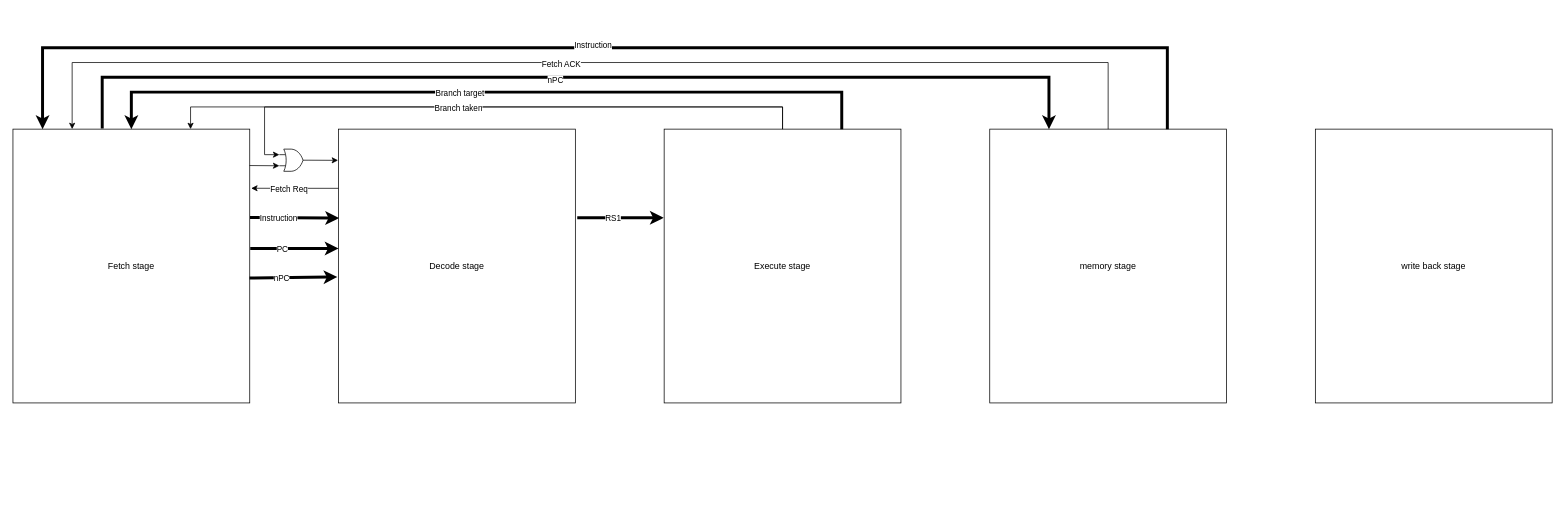
This is page "Stage overview" (1 of 6) of cpu/doc/block diagrams/pipeline stages.drawio from bittnert/icebreaker, a draw.io file, before an edit. Source tidied: cells renumbered, new cells numbered last; positions are measured from the earlier drawing's top-left corner, leaving out a move shared by most shapes. Both pictures are drawn from the tidied source at 74%, with x=0, y=0 at pixel (13, 47).
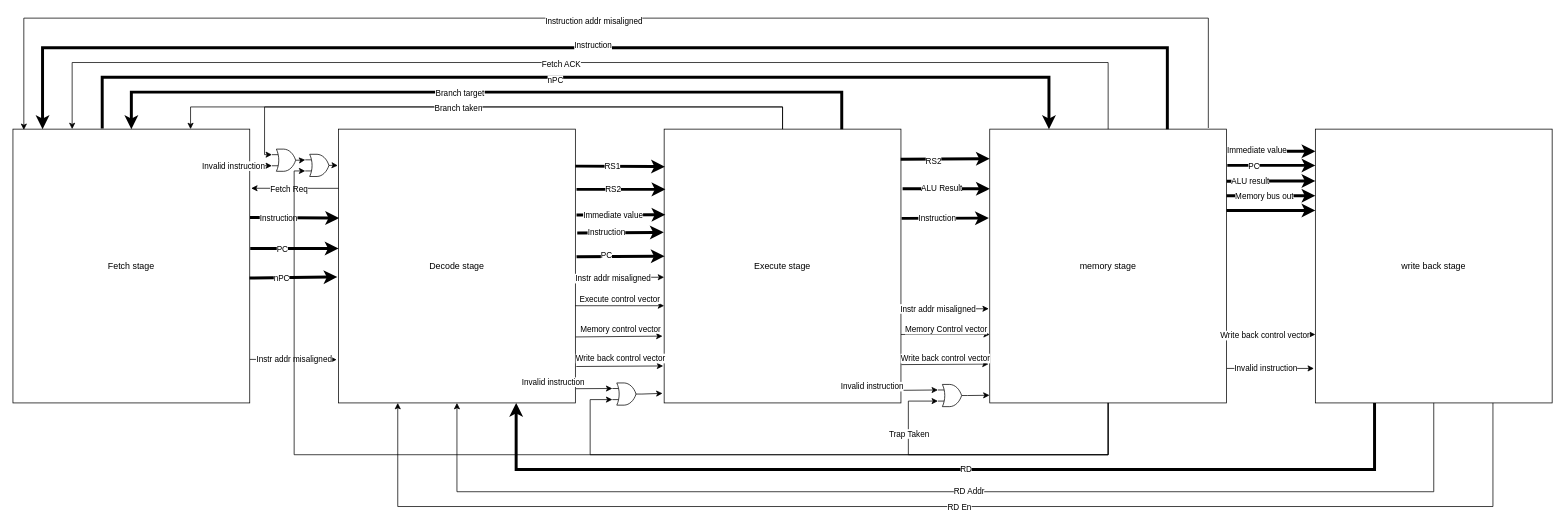
Above is the later version.

The change refers to these unchanged cells:
```xml
<mxCell id="2" value="Fetch stage" style="rounded=0;whiteSpace=wrap;html=1;" parent="1" vertex="1">
  <mxGeometry y="110" width="320" height="370" as="geometry" />
</mxCell>
<mxCell id="3" value="Decode stage" style="rounded=0;whiteSpace=wrap;html=1;" parent="1" vertex="1">
  <mxGeometry x="440" y="110" width="320" height="370" as="geometry" />
</mxCell>
<mxCell id="4" value="Execute stage" style="rounded=0;whiteSpace=wrap;html=1;" parent="1" vertex="1">
  <mxGeometry x="880" y="110" width="320" height="370" as="geometry" />
</mxCell>
<mxCell id="5" value="memory stage" style="rounded=0;whiteSpace=wrap;html=1;" parent="1" vertex="1">
  <mxGeometry x="1320" y="110" width="320" height="370" as="geometry" />
</mxCell>
<mxCell id="6" value="write back stage" style="rounded=0;whiteSpace=wrap;html=1;" parent="1" vertex="1">
  <mxGeometry x="1760" y="110" width="320" height="370" as="geometry" />
</mxCell>
<mxCell id="16" style="endArrow=classic;html=1;rounded=0;entryX=0;entryY=0.75;entryDx=0;entryDy=0;entryPerimeter=0;exitX=0.999;exitY=0.133;exitDx=0;exitDy=0;exitPerimeter=0;" parent="1" edge="1" source="2" target="15">
  <mxGeometry relative="1" as="geometry" />
</mxCell>
```

Diff of the diagram source:
```diff
@@
     <mxCell id="15" style="verticalLabelPosition=bottom;shadow=0;dashed=0;align=center;html=1;verticalAlign=top;shape=mxgraph.electrical.logic_gates.logic_gate;operation=or;" parent="1" vertex="1">
-      <mxGeometry x="360" y="137" width="40" height="30" as="geometry" />
+      <mxGeometry x="350" y="137" width="40" height="30" as="geometry" />
     </mxCell>
@@
+    <mxCell id="31" value="Invalid instruction" style="edgeLabel;html=1;align=center;verticalAlign=middle;" parent="16" vertex="1">
+      <mxGeometry x="-0.52" relative="1" as="geometry">
+        <mxPoint x="-29" as="offset" />
+      </mxGeometry>
+    </mxCell>
-    <mxCell id="17" style="endArrow=classic;html=1;rounded=0;exitX=1;exitY=0.5;exitDx=0;exitDy=0;exitPerimeter=0;entryX=-0.002;entryY=0.114;entryDx=0;entryDy=0;entryPerimeter=0;" parent="1" edge="1" source="15" target="3">
+    <mxCell id="17" style="endArrow=classic;html=1;rounded=0;exitX=1;exitY=0.5;exitDx=0;exitDy=0;exitPerimeter=0;entryX=0;entryY=0.25;entryDx=0;entryDy=0;entryPerimeter=0;" parent="1" edge="1" source="15" target="76">
       <mxGeometry relative="1" as="geometry" />
     </mxCell>
@@
-    <mxCell id="29" style="endArrow=classic;html=1;rounded=0;exitX=1.008;exitY=0.324;exitDx=0;exitDy=0;exitPerimeter=0;entryX=-0.002;entryY=0.324;entryDx=0;entryDy=0;entryPerimeter=0;strokeWidth=4;" parent="1" edge="1" source="3" target="4">
-      <mxGeometry relative="1" as="geometry" />
+    <mxCell id="29" style="endArrow=classic;html=1;rounded=0;exitX=0.995;exitY=0.322;exitDx=0;exitDy=0;exitPerimeter=0;entryX=-0.002;entryY=0.324;entryDx=0;entryDy=0;entryPerimeter=0;strokeWidth=4;" parent="1" edge="1">
+      <mxGeometry relative="1" as="geometry">
+        <mxPoint x="760" y="160" as="sourcePoint" />
+        <mxPoint x="881" y="160.7" as="targetPoint" />
+      </mxGeometry>
     </mxCell>
@@
+    <mxCell id="32" style="endArrow=classic;html=1;rounded=0;exitX=1;exitY=0.407;exitDx=0;exitDy=0;exitPerimeter=0;entryX=0;entryY=0.407;entryDx=0;entryDy=0;entryPerimeter=0;strokeWidth=4;" parent="1" edge="1">
+      <mxGeometry relative="1" as="geometry">
+        <mxPoint x="761.6" y="191.4" as="sourcePoint" />
+        <mxPoint x="881.6" y="191.4" as="targetPoint" />
+      </mxGeometry>
+    </mxCell>
+    <mxCell id="33" value="RS2" style="edgeLabel;html=1;align=center;verticalAlign=middle;" parent="32" vertex="1">
+      <mxGeometry x="-0.18" relative="1" as="geometry" />
+    </mxCell>
+    <mxCell id="34" style="endArrow=classic;html=1;rounded=0;entryX=0;entryY=0.407;entryDx=0;entryDy=0;entryPerimeter=0;strokeWidth=4;exitX=1;exitY=0.5;exitDx=0;exitDy=0;" parent="1" edge="1">
+      <mxGeometry relative="1" as="geometry">
+        <mxPoint x="761.6" y="225.9" as="sourcePoint" />
+        <mxPoint x="881.6" y="225.7" as="targetPoint" />
+      </mxGeometry>
+    </mxCell>
+    <mxCell id="35" value="Immediate value" style="edgeLabel;html=1;align=center;verticalAlign=middle;" parent="34" vertex="1">
+      <mxGeometry x="-0.18" relative="1" as="geometry" />
+    </mxCell>
+    <mxCell id="36" style="endArrow=classic;html=1;rounded=0;exitX=1.003;exitY=0.566;exitDx=0;exitDy=0;exitPerimeter=0;entryX=-0.007;entryY=0.564;entryDx=0;entryDy=0;entryPerimeter=0;strokeWidth=4;" parent="1" edge="1">
+      <mxGeometry relative="1" as="geometry">
+        <mxPoint x="762.6" y="250.3" as="sourcePoint" />
+        <mxPoint x="879.4" y="249.5" as="targetPoint" />
+      </mxGeometry>
+    </mxCell>
+    <mxCell id="37" value="Instruction" style="edgeLabel;html=1;align=center;verticalAlign=middle;" parent="36" vertex="1">
+      <mxGeometry x="-0.33" y="2" relative="1" as="geometry" />
+    </mxCell>
+    <mxCell id="38" style="endArrow=classic;html=1;rounded=0;exitX=1;exitY=0.653;exitDx=0;exitDy=0;exitPerimeter=0;strokeWidth=4;entryX=-0.003;entryY=0.651;entryDx=0;entryDy=0;entryPerimeter=0;" parent="1" edge="1">
+      <mxGeometry relative="1" as="geometry">
+        <mxPoint x="761.6" y="282.5" as="sourcePoint" />
+        <mxPoint x="880.6" y="281.7" as="targetPoint" />
+      </mxGeometry>
+    </mxCell>
+    <mxCell id="39" value="PC" style="edgeLabel;html=1;align=center;verticalAlign=middle;" parent="38" vertex="1">
+      <mxGeometry x="-0.33" y="2" relative="1" as="geometry" />
+    </mxCell>
+    <mxCell id="40" style="endArrow=classic;html=1;rounded=0;exitX=0.999;exitY=0.645;exitDx=0;exitDy=0;exitPerimeter=0;entryX=0;entryY=0.645;entryDx=0;entryDy=0;entryPerimeter=0;" parent="1" edge="1" source="3" target="4">
+      <mxGeometry relative="1" as="geometry" />
+    </mxCell>
+    <mxCell id="41" value="Execute control vector" style="edgeLabel;html=1;align=center;verticalAlign=middle;" parent="40" vertex="1">
+      <mxGeometry x="-0.18" y="-1" relative="1" as="geometry">
+        <mxPoint x="11" y="-10" as="offset" />
+      </mxGeometry>
+    </mxCell>
+    <mxCell id="42" style="endArrow=classic;html=1;rounded=0;exitX=1.001;exitY=0.759;exitDx=0;exitDy=0;exitPerimeter=0;entryX=-0.007;entryY=0.756;entryDx=0;entryDy=0;entryPerimeter=0;" parent="1" edge="1" source="3" target="4">
+      <mxGeometry relative="1" as="geometry" />
+    </mxCell>
+    <mxCell id="43" value="Memory control vector" style="edgeLabel;html=1;align=center;verticalAlign=middle;" parent="42" vertex="1">
+      <mxGeometry x="-0.47" y="1" relative="1" as="geometry">
+        <mxPoint x="29" y="-10" as="offset" />
+      </mxGeometry>
+    </mxCell>
+    <mxCell id="44" style="endArrow=classic;html=1;rounded=0;exitX=1.004;exitY=0.867;exitDx=0;exitDy=0;exitPerimeter=0;entryX=-0.004;entryY=0.865;entryDx=0;entryDy=0;entryPerimeter=0;" parent="1" edge="1" source="3" target="4">
+      <mxGeometry relative="1" as="geometry" />
+    </mxCell>
+    <mxCell id="45" value="Write back control vector" style="edgeLabel;html=1;align=center;verticalAlign=middle;" parent="44" vertex="1">
+      <mxGeometry x="-0.52" y="-1" relative="1" as="geometry">
+        <mxPoint x="31" y="-12" as="offset" />
+      </mxGeometry>
+    </mxCell>
+    <mxCell id="46" style="endArrow=classic;html=1;rounded=0;exitX=1.003;exitY=0.948;exitDx=0;exitDy=0;exitPerimeter=0;entryX=0;entryY=0.25;entryDx=0;entryDy=0;entryPerimeter=0;" parent="1" edge="1" source="3" target="72">
+      <mxGeometry relative="1" as="geometry" />
+    </mxCell>
+    <mxCell id="47" value="Invalid instruction" style="edgeLabel;html=1;align=center;verticalAlign=middle;" parent="46" vertex="1">
+      <mxGeometry x="-0.18" y="1" relative="1" as="geometry">
+        <mxPoint x="-51" y="-8" as="offset" />
+      </mxGeometry>
+    </mxCell>
+    <mxCell id="48" style="endArrow=classic;html=1;rounded=0;exitX=0.999;exitY=0.11;exitDx=0;exitDy=0;exitPerimeter=0;entryX=0;entryY=0.108;entryDx=0;entryDy=0;entryPerimeter=0;strokeWidth=4;" parent="1" edge="1" source="4" target="5">
+      <mxGeometry relative="1" as="geometry" />
+    </mxCell>
+    <mxCell id="49" value="RS2" style="edgeLabel;html=1;align=center;verticalAlign=middle;" parent="48" vertex="1">
+      <mxGeometry x="-0.27" y="-2" relative="1" as="geometry" />
+    </mxCell>
+    <mxCell id="50" style="endArrow=classic;html=1;rounded=0;exitX=1.007;exitY=0.218;exitDx=0;exitDy=0;exitPerimeter=0;entryX=0;entryY=0.218;entryDx=0;entryDy=0;entryPerimeter=0;strokeWidth=4;" parent="1" edge="1" source="4" target="5">
+      <mxGeometry relative="1" as="geometry" />
+    </mxCell>
+    <mxCell id="51" value="ALU Result" style="edgeLabel;html=1;align=center;verticalAlign=middle;" parent="50" vertex="1">
+      <mxGeometry x="-0.12" y="1" relative="1" as="geometry" />
+    </mxCell>
+    <mxCell id="52" style="endArrow=classic;html=1;rounded=0;exitX=0.994;exitY=0.954;exitDx=0;exitDy=0;exitPerimeter=0;entryX=0;entryY=0.25;entryDx=0;entryDy=0;entryPerimeter=0;" parent="1" edge="1" source="4" target="74">
+      <mxGeometry relative="1" as="geometry" />
+    </mxCell>
+    <mxCell id="53" value="Invalid instruction" style="edgeLabel;html=1;align=center;verticalAlign=middle;" parent="52" vertex="1">
+      <mxGeometry x="-0.17" relative="1" as="geometry">
+        <mxPoint x="-60" y="-5" as="offset" />
+      </mxGeometry>
+    </mxCell>
+    <mxCell id="54" style="endArrow=classic;html=1;rounded=0;exitX=1.002;exitY=0.86;exitDx=0;exitDy=0;exitPerimeter=0;entryX=-0.005;entryY=0.858;entryDx=0;entryDy=0;entryPerimeter=0;" parent="1" edge="1" source="4" target="5">
+      <mxGeometry relative="1" as="geometry" />
+    </mxCell>
+    <mxCell id="55" value="Write back control vector" style="edgeLabel;html=1;align=center;verticalAlign=middle;" parent="54" vertex="1">
+      <mxGeometry x="-0.23" y="2" relative="1" as="geometry">
+        <mxPoint x="14" y="-6" as="offset" />
+      </mxGeometry>
+    </mxCell>
+    <mxCell id="56" style="endArrow=classic;html=1;rounded=0;exitX=1;exitY=0.75;exitDx=0;exitDy=0;entryX=0;entryY=0.75;entryDx=0;entryDy=0;" parent="1" edge="1" source="4" target="5">
+      <mxGeometry relative="1" as="geometry" />
+    </mxCell>
+    <mxCell id="57" value="Memory Control vector" style="edgeLabel;html=1;align=center;verticalAlign=middle;" parent="56" vertex="1">
+      <mxGeometry x="-0.21" y="2" relative="1" as="geometry">
+        <mxPoint x="13" y="-5" as="offset" />
+      </mxGeometry>
+    </mxCell>
+    <mxCell id="58" style="endArrow=classic;html=1;rounded=0;entryX=-0.004;entryY=0.325;entryDx=0;entryDy=0;entryPerimeter=0;exitX=1.003;exitY=0.326;exitDx=0;exitDy=0;exitPerimeter=0;strokeWidth=4;" parent="1" edge="1" source="4" target="5">
+      <mxGeometry relative="1" as="geometry" />
+    </mxCell>
+    <mxCell id="59" value="Instruction" style="edgeLabel;html=1;align=center;verticalAlign=middle;" parent="58" vertex="1">
+      <mxGeometry x="-0.19" relative="1" as="geometry" />
+    </mxCell>
+    <mxCell id="60" style="endArrow=classic;html=1;rounded=0;exitX=0.923;exitY=-0.004;exitDx=0;exitDy=0;exitPerimeter=0;entryX=0.046;entryY=0.003;entryDx=0;entryDy=0;entryPerimeter=0;edgeStyle=orthogonalEdgeStyle;" parent="1" edge="1" source="5" target="2">
+      <mxGeometry relative="1" as="geometry">
+        <Array as="points">
+          <mxPoint x="1615" y="-40" />
+          <mxPoint x="15" y="-40" />
+        </Array>
+      </mxGeometry>
+    </mxCell>
+    <mxCell id="61" value="Instruction addr misaligned" style="edgeLabel;html=1;align=center;verticalAlign=middle;" parent="60" vertex="1">
+      <mxGeometry x="0.03" y="3" relative="1" as="geometry" />
+    </mxCell>
+    <mxCell id="62" style="endArrow=classic;html=1;rounded=0;exitX=1.001;exitY=0.841;exitDx=0;exitDy=0;exitPerimeter=0;entryX=-0.008;entryY=0.842;entryDx=0;entryDy=0;entryPerimeter=0;" parent="1" edge="1" source="2" target="3">
+      <mxGeometry relative="1" as="geometry" />
+    </mxCell>
+    <mxCell id="63" value="Instr addr misaligned" style="edgeLabel;html=1;align=center;verticalAlign=middle;" parent="62" vertex="1">
+      <mxGeometry x="-0.14" relative="1" as="geometry">
+        <mxPoint x="9" y="-1" as="offset" />
+      </mxGeometry>
+    </mxCell>
+    <mxCell id="64" style="endArrow=classic;html=1;rounded=0;exitX=1;exitY=0.541;exitDx=0;exitDy=0;exitPerimeter=0;entryX=0;entryY=0.541;entryDx=0;entryDy=0;entryPerimeter=0;" parent="1" edge="1" source="3" target="4">
+      <mxGeometry relative="1" as="geometry" />
+    </mxCell>
+    <mxCell id="65" value="Instr addr misaligned" style="edgeLabel;html=1;align=center;verticalAlign=middle;" parent="64" vertex="1">
+      <mxGeometry x="-0.34" y="-1" relative="1" as="geometry">
+        <mxPoint x="10" as="offset" />
+      </mxGeometry>
+    </mxCell>
+    <mxCell id="66" style="endArrow=classic;html=1;rounded=0;exitX=1.004;exitY=0.657;exitDx=0;exitDy=0;exitPerimeter=0;entryX=-0.004;entryY=0.656;entryDx=0;entryDy=0;entryPerimeter=0;" parent="1" edge="1" source="4" target="5">
+      <mxGeometry relative="1" as="geometry" />
+    </mxCell>
+    <mxCell id="67" value="Instr addr misaligned" style="edgeLabel;html=1;align=center;verticalAlign=middle;" parent="66" vertex="1">
+      <mxGeometry x="-0.33" relative="1" as="geometry">
+        <mxPoint x="9" as="offset" />
+      </mxGeometry>
+    </mxCell>
+    <mxCell id="68" style="endArrow=classic;html=1;rounded=0;exitX=0.5;exitY=1;exitDx=0;exitDy=0;entryX=0;entryY=0.75;entryDx=0;entryDy=0;edgeStyle=orthogonalEdgeStyle;entryPerimeter=0;" parent="1" edge="1" source="5" target="76">
+      <mxGeometry relative="1" as="geometry">
+        <Array as="points">
+          <mxPoint x="1480" y="550" />
+          <mxPoint x="380" y="550" />
+          <mxPoint x="380" y="167" />
+        </Array>
+      </mxGeometry>
+    </mxCell>
+    <mxCell id="69" style="endArrow=classic;html=1;rounded=0;entryX=0;entryY=0.75;entryDx=0;entryDy=0;exitX=0.5;exitY=1;exitDx=0;exitDy=0;edgeStyle=orthogonalEdgeStyle;entryPerimeter=0;" parent="1" edge="1" source="5" target="72">
+      <mxGeometry relative="1" as="geometry">
+        <Array as="points">
+          <mxPoint x="1480" y="550" />
+          <mxPoint x="780" y="550" />
+          <mxPoint x="780" y="476" />
+        </Array>
+      </mxGeometry>
+    </mxCell>
+    <mxCell id="70" style="endArrow=classic;html=1;rounded=0;entryX=0;entryY=0.75;entryDx=0;entryDy=0;exitX=0.5;exitY=1;exitDx=0;exitDy=0;edgeStyle=orthogonalEdgeStyle;entryPerimeter=0;" parent="1" edge="1" source="5" target="74">
+      <mxGeometry relative="1" as="geometry">
+        <Array as="points">
+          <mxPoint x="1480" y="550" />
+          <mxPoint x="1210" y="550" />
+          <mxPoint x="1210" y="478" />
+        </Array>
+      </mxGeometry>
+    </mxCell>
+    <mxCell id="71" value="Trap Taken" style="edgeLabel;html=1;align=center;verticalAlign=middle;" parent="70" vertex="1">
+      <mxGeometry x="0.63" relative="1" as="geometry" />
+    </mxCell>
+    <mxCell id="72" style="verticalLabelPosition=bottom;shadow=0;dashed=0;align=center;html=1;verticalAlign=top;shape=mxgraph.electrical.logic_gates.logic_gate;operation=or;" parent="1" vertex="1">
+      <mxGeometry x="810" y="453" width="40" height="30" as="geometry" />
+    </mxCell>
+    <mxCell id="73" style="endArrow=classic;html=1;rounded=0;exitX=1;exitY=0.5;exitDx=0;exitDy=0;exitPerimeter=0;entryX=-0.007;entryY=0.965;entryDx=0;entryDy=0;entryPerimeter=0;" parent="1" edge="1" source="72" target="4">
+      <mxGeometry relative="1" as="geometry" />
+    </mxCell>
+    <mxCell id="74" style="verticalLabelPosition=bottom;shadow=0;dashed=0;align=center;html=1;verticalAlign=top;shape=mxgraph.electrical.logic_gates.logic_gate;operation=or;" parent="1" vertex="1">
+      <mxGeometry x="1250" y="455" width="40" height="30" as="geometry" />
+    </mxCell>
+    <mxCell id="75" style="endArrow=classic;html=1;rounded=0;entryX=-0.001;entryY=0.972;entryDx=0;entryDy=0;entryPerimeter=0;exitX=1;exitY=0.5;exitDx=0;exitDy=0;exitPerimeter=0;" parent="1" edge="1" source="74" target="5">
+      <mxGeometry relative="1" as="geometry" />
+    </mxCell>
+    <mxCell id="76" style="verticalLabelPosition=bottom;shadow=0;dashed=0;align=center;html=1;verticalAlign=top;shape=mxgraph.electrical.logic_gates.logic_gate;operation=or;" parent="1" vertex="1">
+      <mxGeometry x="395" y="144" width="40" height="30" as="geometry" />
+    </mxCell>
+    <mxCell id="77" style="endArrow=classic;html=1;rounded=0;exitX=1;exitY=0.5;exitDx=0;exitDy=0;exitPerimeter=0;entryX=-0.003;entryY=0.133;entryDx=0;entryDy=0;entryPerimeter=0;" parent="1" edge="1" source="76" target="3">
+      <mxGeometry relative="1" as="geometry" />
+    </mxCell>
+    <mxCell id="78" style="endArrow=classic;html=1;rounded=0;entryX=0.75;entryY=1;entryDx=0;entryDy=0;exitX=0.25;exitY=1;exitDx=0;exitDy=0;edgeStyle=orthogonalEdgeStyle;strokeWidth=4;" parent="1" edge="1" source="6" target="3">
+      <mxGeometry relative="1" as="geometry">
+        <Array as="points">
+          <mxPoint x="1840" y="570" />
+          <mxPoint x="680" y="570" />
+        </Array>
+      </mxGeometry>
+    </mxCell>
+    <mxCell id="79" value="RD" style="edgeLabel;html=1;align=center;verticalAlign=middle;" parent="78" vertex="1">
+      <mxGeometry x="-0.04" y="-1" relative="1" as="geometry" />
+    </mxCell>
+    <mxCell id="80" style="endArrow=classic;html=1;rounded=0;exitX=0.5;exitY=1;exitDx=0;exitDy=0;entryX=0.5;entryY=1;entryDx=0;entryDy=0;edgeStyle=orthogonalEdgeStyle;" parent="1" edge="1" source="6" target="3">
+      <mxGeometry relative="1" as="geometry">
+        <Array as="points">
+          <mxPoint x="1920" y="600" />
+          <mxPoint x="600" y="600" />
+        </Array>
+      </mxGeometry>
+    </mxCell>
+    <mxCell id="81" value="RD Addr" style="edgeLabel;html=1;align=center;verticalAlign=middle;" parent="80" vertex="1">
+      <mxGeometry x="-0.04" y="-2" relative="1" as="geometry" />
+    </mxCell>
+    <mxCell id="82" style="endArrow=classic;html=1;rounded=0;exitX=0.75;exitY=1;exitDx=0;exitDy=0;entryX=0.25;entryY=1;entryDx=0;entryDy=0;edgeStyle=orthogonalEdgeStyle;" parent="1" edge="1" source="6" target="3">
+      <mxGeometry relative="1" as="geometry">
+        <Array as="points">
+          <mxPoint x="2000" y="620" />
+          <mxPoint x="520" y="620" />
+        </Array>
+      </mxGeometry>
+    </mxCell>
+    <mxCell id="83" value="RD En" style="edgeLabel;html=1;align=center;verticalAlign=middle;" parent="82" vertex="1">
+      <mxGeometry x="-0.02" relative="1" as="geometry" />
+    </mxCell>
+    <mxCell id="84" style="endArrow=classic;html=1;rounded=0;exitX=1;exitY=0.75;exitDx=0;exitDy=0;entryX=0;entryY=0.75;entryDx=0;entryDy=0;" parent="1" edge="1" source="5" target="6">
+      <mxGeometry relative="1" as="geometry" />
+    </mxCell>
+    <mxCell id="85" value="Write back control vector" style="edgeLabel;html=1;align=center;verticalAlign=middle;" parent="84" vertex="1">
+      <mxGeometry x="-0.15" y="-1" relative="1" as="geometry" />
+    </mxCell>
+    <mxCell id="86" style="endArrow=classic;html=1;rounded=0;entryX=-0.006;entryY=0.874;entryDx=0;entryDy=0;entryPerimeter=0;exitX=1.001;exitY=0.874;exitDx=0;exitDy=0;exitPerimeter=0;" parent="1" edge="1" source="5" target="6">
+      <mxGeometry relative="1" as="geometry" />
+    </mxCell>
+    <mxCell id="87" value="Invalid instruction" style="edgeLabel;html=1;align=center;verticalAlign=middle;" parent="86" vertex="1">
+      <mxGeometry x="-0.12" y="1" relative="1" as="geometry" />
+    </mxCell>
+    <mxCell id="88" style="endArrow=classic;html=1;rounded=0;entryX=0;entryY=0.081;entryDx=0;entryDy=0;entryPerimeter=0;exitX=1.002;exitY=0.081;exitDx=0;exitDy=0;exitPerimeter=0;strokeWidth=4;" parent="1" edge="1" source="5" target="6">
+      <mxGeometry relative="1" as="geometry" />
+    </mxCell>
+    <mxCell id="89" value="Immediate value" style="edgeLabel;html=1;align=center;verticalAlign=middle;" parent="88" vertex="1">
+      <mxGeometry x="-0.33" y="1" relative="1" as="geometry" />
+    </mxCell>
+    <mxCell id="90" style="endArrow=classic;html=1;rounded=0;entryX=0;entryY=0.081;entryDx=0;entryDy=0;entryPerimeter=0;exitX=1.002;exitY=0.081;exitDx=0;exitDy=0;exitPerimeter=0;strokeWidth=4;" parent="1" edge="1">
+      <mxGeometry relative="1" as="geometry">
+        <mxPoint x="1641" y="159" as="sourcePoint" />
+        <mxPoint x="1760" y="159" as="targetPoint" />
+      </mxGeometry>
+    </mxCell>
+    <mxCell id="91" value="PC" style="edgeLabel;html=1;align=center;verticalAlign=middle;" parent="90" vertex="1">
+      <mxGeometry x="-0.41" y="-1" relative="1" as="geometry" />
+    </mxCell>
+    <mxCell id="92" style="endArrow=classic;html=1;rounded=0;entryX=0;entryY=0.081;entryDx=0;entryDy=0;entryPerimeter=0;exitX=1.001;exitY=0.19;exitDx=0;exitDy=0;exitPerimeter=0;strokeWidth=4;" parent="1" edge="1" source="5">
+      <mxGeometry relative="1" as="geometry">
+        <mxPoint x="1760" y="180" as="targetPoint" />
+      </mxGeometry>
+    </mxCell>
+    <mxCell id="93" value="ALU result" style="edgeLabel;html=1;align=center;verticalAlign=middle;" parent="92" vertex="1">
+      <mxGeometry x="-0.48" relative="1" as="geometry" />
+    </mxCell>
+    <mxCell id="94" style="endArrow=classic;html=1;rounded=0;entryX=0;entryY=0.081;entryDx=0;entryDy=0;entryPerimeter=0;exitX=1.001;exitY=0.19;exitDx=0;exitDy=0;exitPerimeter=0;strokeWidth=4;" parent="1" edge="1">
+      <mxGeometry relative="1" as="geometry">
+        <mxPoint x="1640" y="200" as="sourcePoint" />
+        <mxPoint x="1760" y="200" as="targetPoint" />
+      </mxGeometry>
+    </mxCell>
+    <mxCell id="95" value="Memory bus out" style="edgeLabel;html=1;align=center;verticalAlign=middle;" parent="94" vertex="1">
+      <mxGeometry x="-0.7" relative="1" as="geometry">
+        <mxPoint x="32" as="offset" />
+      </mxGeometry>
+    </mxCell>
+    <mxCell id="96" style="endArrow=classic;html=1;rounded=0;entryX=0;entryY=0.081;entryDx=0;entryDy=0;entryPerimeter=0;exitX=1.001;exitY=0.19;exitDx=0;exitDy=0;exitPerimeter=0;strokeWidth=4;" parent="1" edge="1">
+      <mxGeometry relative="1" as="geometry">
+        <mxPoint x="1640" y="220" as="sourcePoint" />
+        <mxPoint x="1760" y="220" as="targetPoint" />
+      </mxGeometry>
+    </mxCell>
```
